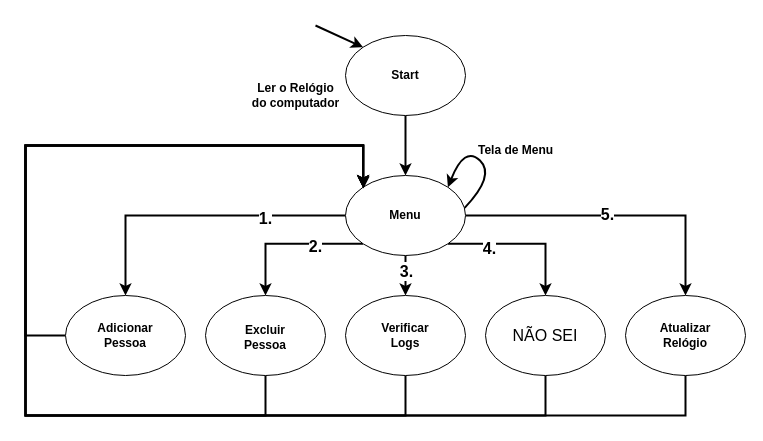
Before: Anteprojeto/MDE_altoNivel.drawio in andrevale99/Sistema_de_PontoEletronico, a draw.io diagram. Source tidied: cells renumbered, new cells numbered last; positions are measured from the earlier drawing's top-left corner, leaving out a move shared by most shapes. Both pictures are drawn from the tidied source at 100%, with x=0, y=0 at pixel (25, 25).
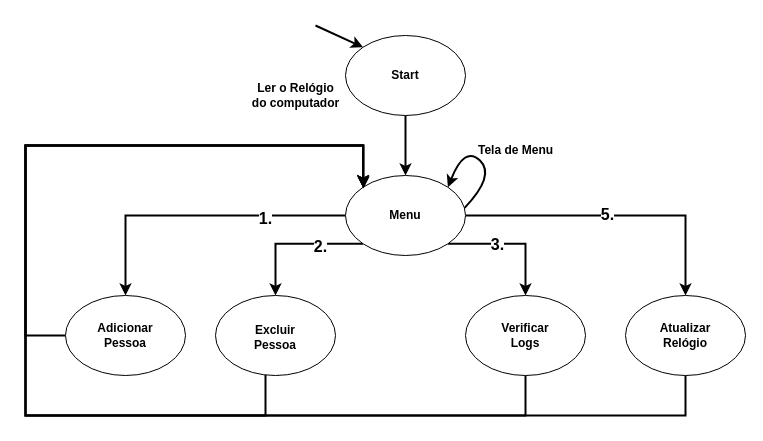
The same page after the edit.

Commit message (it also covers changes not shown here):
Reformulando a imagem

Unchanged cells that the change refers to:
```xml
<mxCell id="16" value="&lt;span&gt;Menu&lt;/span&gt;" style="ellipse;whiteSpace=wrap;html=1;fontStyle=1;" parent="1" vertex="1">
  <mxGeometry x="320" y="150" width="120" height="80" as="geometry" />
</mxCell>
```

What changed in the source:
```diff
@@
-    <mxCell id="10" style="edgeStyle=orthogonalEdgeStyle;rounded=0;jettySize=auto;html=1;labelBackgroundColor=default;labelBorderColor=default;fontSize=12;strokeWidth=2;" parent="1" edge="1" source="16" target="24">
-      <mxGeometry relative="1" as="geometry" />
+    <mxCell id="10" style="edgeStyle=orthogonalEdgeStyle;rounded=0;jettySize=auto;html=1;labelBackgroundColor=default;labelBorderColor=default;fontSize=12;strokeWidth=2;exitX=1;exitY=1;exitDx=0;exitDy=0;" parent="1" edge="1" source="16" target="24">
+      <mxGeometry relative="1" as="geometry">
+        <Array as="points">
+          <mxPoint x="500" y="218" />
+        </Array>
+      </mxGeometry>
     </mxCell>
@@
-    <mxCell id="12" style="edgeStyle=orthogonalEdgeStyle;rounded=0;jettySize=auto;html=1;exitX=1;exitY=1;exitDx=0;exitDy=0;labelBackgroundColor=default;labelBorderColor=default;fontSize=16;strokeWidth=2;" parent="1" edge="1" source="16" target="26">
-      <mxGeometry relative="1" as="geometry" />
-    </mxCell>
-    <mxCell id="13" value="4." style="edgeLabel;html=1;align=center;verticalAlign=middle;fontSize=16;fontStyle=1;" parent="12" vertex="1">
-      <mxGeometry x="-0.45" y="-4" relative="1" as="geometry" />
-    </mxCell>
@@
     <mxCell id="22" value="&lt;div&gt;&lt;font style=&quot;font-size: 12px;&quot;&gt;Excluir&lt;br&gt;&lt;/font&gt;&lt;/div&gt;&lt;div style=&quot;font-size: 12px;&quot;&gt;Pessoa&lt;br&gt;&lt;/div&gt;" style="ellipse;whiteSpace=wrap;html=1;fontSize=16;fontStyle=1;" parent="1" vertex="1">
-      <mxGeometry x="180" y="270" width="120" height="80" as="geometry" />
+      <mxGeometry x="190" y="270" width="120" height="80" as="geometry" />
     </mxCell>
-    <mxCell id="23" style="edgeStyle=orthogonalEdgeStyle;rounded=0;jettySize=auto;html=1;entryX=0;entryY=0;entryDx=0;entryDy=0;labelBackgroundColor=default;labelBorderColor=default;fontSize=12;strokeWidth=2;" parent="1" edge="1" source="24" target="16">
+    <mxCell id="23" style="edgeStyle=orthogonalEdgeStyle;rounded=0;jettySize=auto;html=1;entryX=0;entryY=0;entryDx=0;entryDy=0;labelBackgroundColor=default;labelBorderColor=default;fontSize=12;strokeWidth=2;exitX=0.5;exitY=1;exitDx=0;exitDy=0;" parent="1" edge="1" source="24" target="16">
       <mxGeometry relative="1" as="geometry">
         <Array as="points">
-          <mxPoint x="380" y="390" />
+          <mxPoint x="500" y="390" />
           <mxPoint y="390" />
           <mxPoint y="120" />
           <mxPoint x="338" y="120" />
         </Array>
       </mxGeometry>
     </mxCell>
     <mxCell id="24" value="&lt;div&gt;&lt;b&gt;Verificar&lt;/b&gt;&lt;/div&gt;&lt;div&gt;&lt;b&gt;Logs&lt;br&gt;&lt;/b&gt;&lt;/div&gt;" style="ellipse;whiteSpace=wrap;html=1;fontSize=12;" parent="1" vertex="1">
-      <mxGeometry x="320" y="270" width="120" height="80" as="geometry" />
+      <mxGeometry x="440" y="270" width="120" height="80" as="geometry" />
     </mxCell>
-    <mxCell id="25" style="edgeStyle=orthogonalEdgeStyle;rounded=0;jettySize=auto;html=1;entryX=0;entryY=0;entryDx=0;entryDy=0;labelBackgroundColor=default;labelBorderColor=default;fontSize=12;strokeWidth=2;" parent="1" edge="1" source="26" target="16">
-      <mxGeometry relative="1" as="geometry">
-        <Array as="points">
-          <mxPoint x="520" y="390" />
-          <mxPoint y="390" />
-          <mxPoint y="120" />
-          <mxPoint x="338" y="120" />
-        </Array>
-      </mxGeometry>
-    </mxCell>
-    <mxCell id="26" value="NÃO SEI" style="ellipse;whiteSpace=wrap;html=1;fontSize=16;" parent="1" vertex="1">
-      <mxGeometry x="460" y="270" width="120" height="80" as="geometry" />
-    </mxCell>
```
